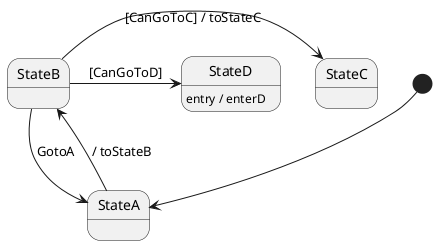
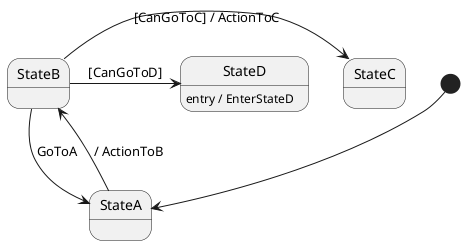
@startuml DirectTransitions
[*] --> StateA

- StateA --> StateB : / toStateB
+ StateA --> StateB : / ActionToB

- StateB -> StateC : [CanGoToC] / toStateC
+ StateB -> StateC : [CanGoToC] / ActionToC
StateB -> StateD : [CanGoToD]
- StateB -> StateA: GotoA
+ StateB -> StateA: GoToA

- state StateD: entry / enterD
+ state StateD: entry / EnterStateD

@enduml
